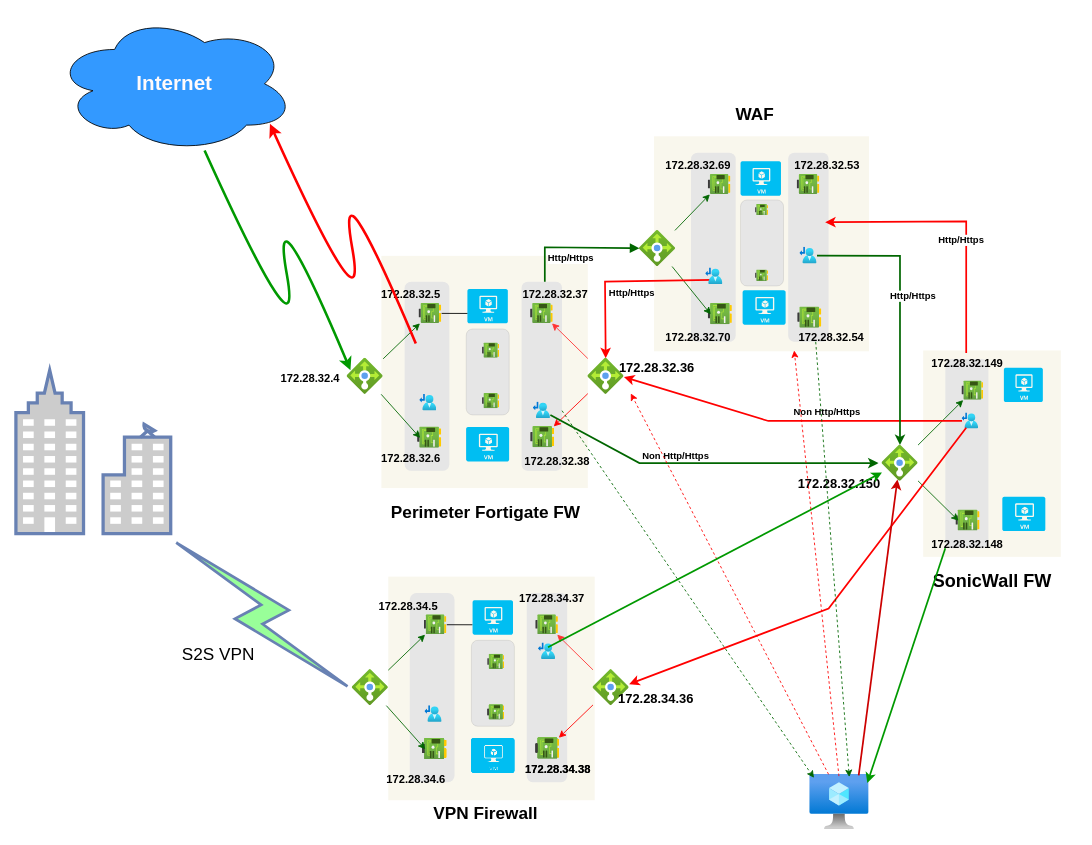
Earlier version of the draw.io diagram Milaha-Updated.drawio (sajipoochira/draw). Source tidied: cells renumbered, new cells numbered last; positions are measured from the earlier drawing's top-left corner, leaving out a move shared by most shapes. Both pictures are drawn from the tidied source at 86%, with x=0, y=0 at pixel (15, 15).
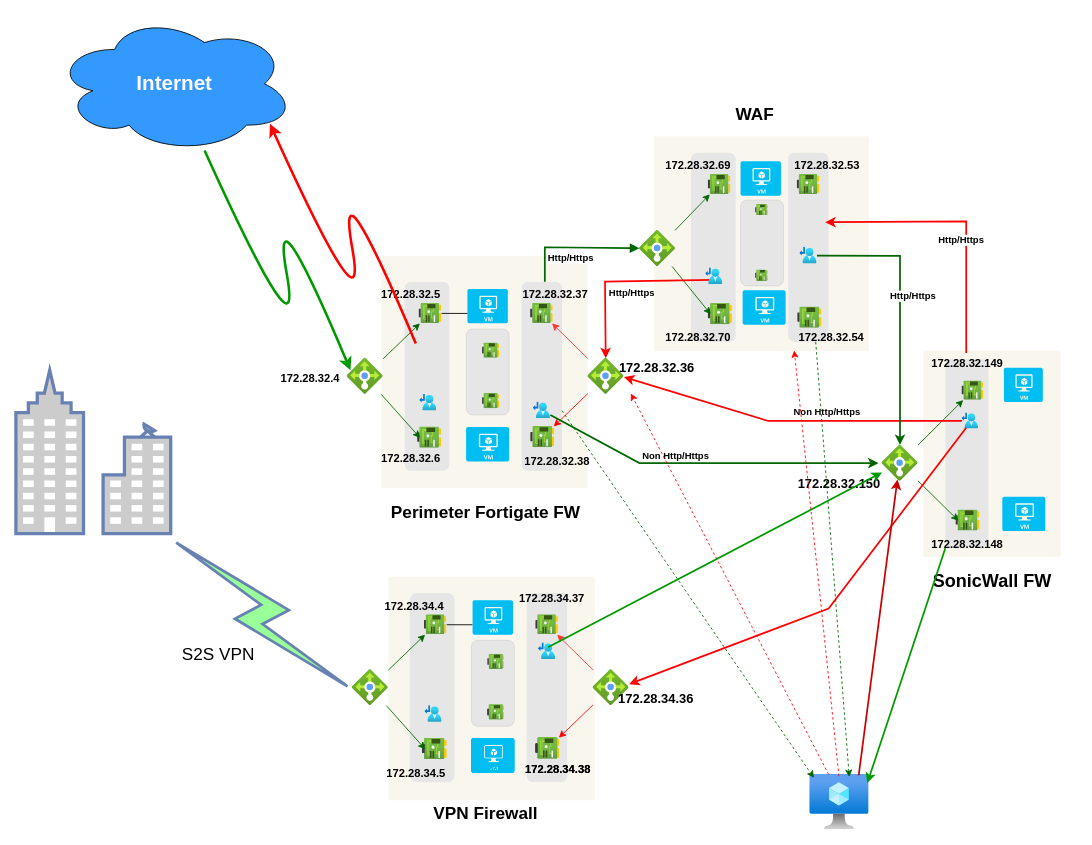
The same diagram, later.

The change refers to these unchanged cells:
```xml
<mxCell id="86" style="group;" parent="1" vertex="1">
  <mxGeometry x="501" y="682" width="178.6" height="221" as="geometry" />
</mxCell>
```

What changed in the source:
```diff
@@
-    <mxCell id="106" value="172.28.34.6" style="text;html=1;align=center;verticalAlign=middle;strokeColor=none;fillColor=none;fontStyle=1;fontSize=13;" parent="86" vertex="1">
-      <mxGeometry x="-81.1" y="191" width="90" height="30" as="geometry" />
+    <mxCell id="106" value="172.28.34.5" style="text;html=1;align=center;verticalAlign=middle;strokeColor=none;fillColor=none;fontStyle=1;fontSize=13;" parent="86" vertex="1">
+      <mxGeometry x="-81.1" y="185" width="90" height="30" as="geometry" />
     </mxCell>
-    <mxCell id="107" value="172.28.34.5" style="text;html=1;align=center;verticalAlign=middle;strokeColor=none;fillColor=none;fontStyle=1;fontSize=13;" parent="86" vertex="1">
-      <mxGeometry x="-90" y="-10" width="90" height="30" as="geometry" />
+    <mxCell id="107" value="172.28.34.4" style="text;html=1;align=center;verticalAlign=middle;strokeColor=none;fillColor=none;fontStyle=1;fontSize=13;" parent="86" vertex="1">
+      <mxGeometry x="-83" y="-10" width="90" height="30" as="geometry" />
     </mxCell>
```
